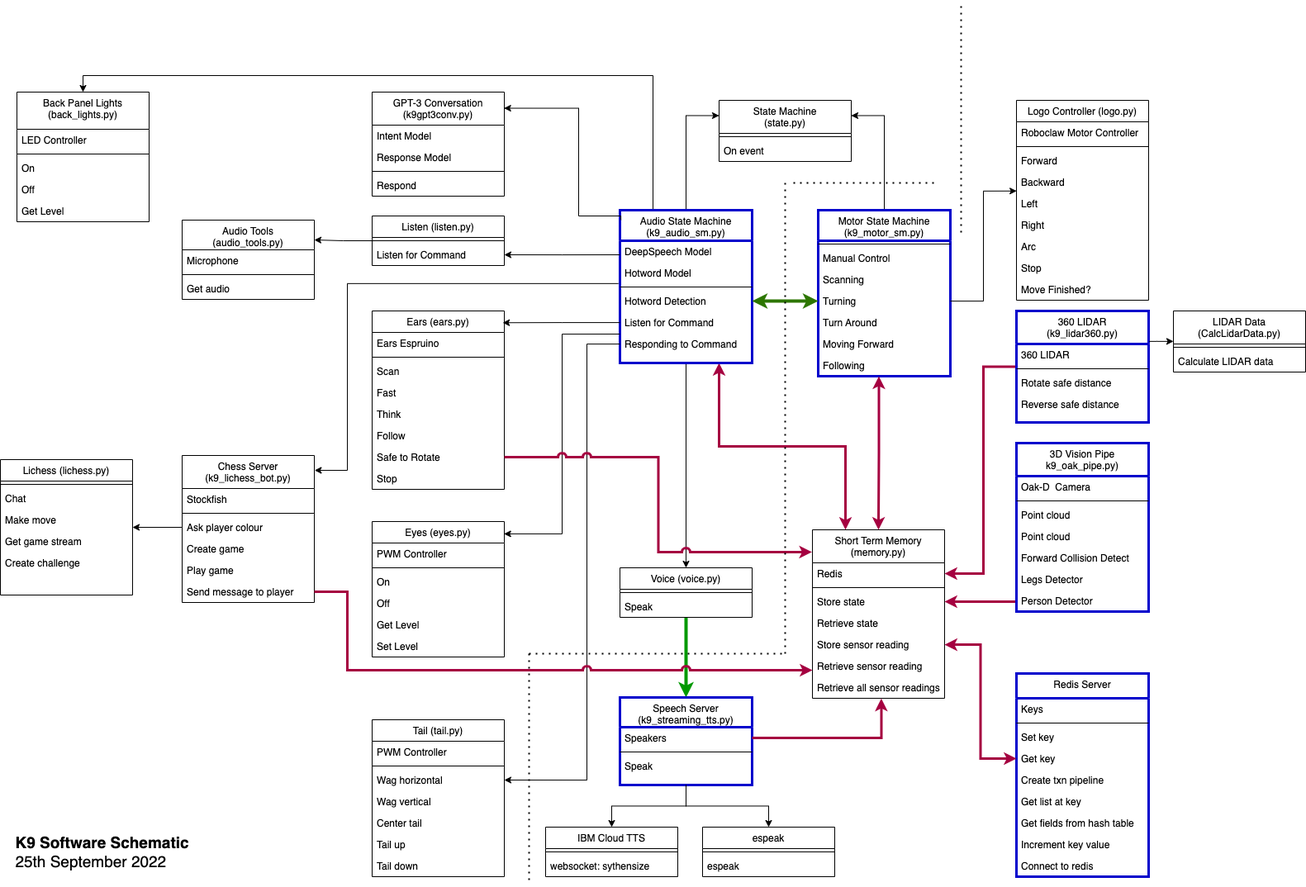
Before: K9 class diagram.drawio.png, a diagram exported from draw.io (hopkira/k9). Source tidied: cells renumbered, new cells last; positions are measured from the earlier drawing's top-left corner, leaving out a move shared by most shapes.
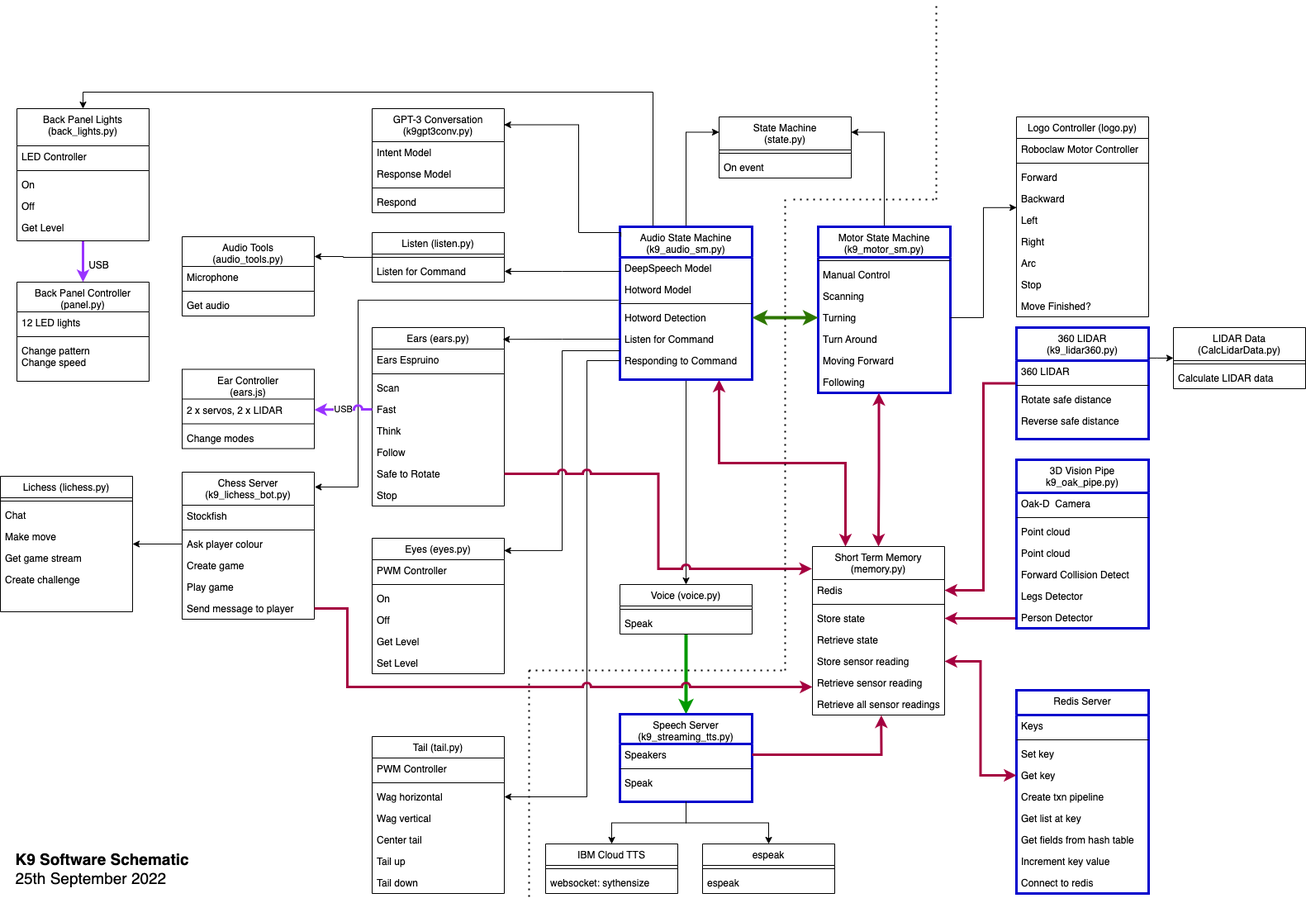
After the commit.

Change to the diagram source:
```diff
@@ -282,8 +282,11 @@
     <mxCell id="91" value="On event" style="text;align=left;verticalAlign=top;spacingLeft=4;spacingRight=4;overflow=hidden;" parent="89" vertex="1">
       <mxGeometry y="48" width="160" height="26" as="geometry" />
     </mxCell>
+    <mxCell id="164" style="edgeStyle=orthogonalEdgeStyle;rounded=0;jettySize=auto;html=1;entryX=0.5;entryY=0;entryDx=0;entryDy=0;strokeWidth=3;strokeColor=#9933FF;" parent="1" edge="1" source="92" target="165">
+      <mxGeometry relative="1" as="geometry" />
+    </mxCell>
     <mxCell id="92" value="Back Panel Lights&#10;(back_lights.py)" style="swimlane;fontStyle=0;align=center;verticalAlign=top;horizontal=1;startSize=45;rounded=0;shadow=0;strokeWidth=1;" parent="1" vertex="1">
-      <mxGeometry x="20" y="110" width="160" height="157" as="geometry" />
+      <mxGeometry x="20" y="110" width="160" height="160" as="geometry" />
     </mxCell>
     <mxCell id="93" value="LED Controller" style="text;align=left;verticalAlign=top;spacingLeft=4;spacingRight=4;overflow=hidden;rounded=0;shadow=0;html=0;" parent="92" vertex="1">
       <mxGeometry y="45" width="160" height="26" as="geometry" />
@@ -400,8 +403,8 @@
     <mxCell id="124" style="edgeStyle=orthogonalEdgeStyle;rounded=0;jettySize=auto;html=1;entryX=1.002;entryY=0.101;entryDx=0;entryDy=0;entryPerimeter=0;exitX=-0.012;exitY=0.994;exitDx=0;exitDy=0;exitPerimeter=0;" parent="1" edge="1" source="8" target="65">
       <mxGeometry relative="1" as="geometry">
         <Array as="points">
-          <mxPoint x="420" y="342" />
-          <mxPoint x="420" y="568" />
+          <mxPoint x="433" y="342" />
+          <mxPoint x="433" y="568" />
         </Array>
       </mxGeometry>
     </mxCell>
@@ -522,8 +525,8 @@
     </mxCell>
     <mxCell id="158" style="endArrow=none;dashed=1;html=1;dashPattern=1 3;strokeWidth=2;rounded=0;" parent="1" edge="1">
       <mxGeometry relative="1" as="geometry">
-        <mxPoint x="1163" y="280" as="sourcePoint" />
-        <mxPoint x="1163" as="targetPoint" />
+        <mxPoint x="1133" y="220" as="sourcePoint" />
+        <mxPoint x="1133" y="-20" as="targetPoint" />
       </mxGeometry>
     </mxCell>
     <mxCell id="159" style="endArrow=none;dashed=1;html=1;dashPattern=1 3;strokeWidth=2;rounded=0;" parent="1" edge="1">
@@ -553,5 +556,35 @@
     <mxCell id="163" value="&lt;div style=&quot;text-align: left; font-size: 19px;&quot;&gt;&lt;span style=&quot;background-color: initial;&quot;&gt;&lt;font style=&quot;font-size: 19px;&quot;&gt;&lt;b&gt;K9 Software Schematic&lt;/b&gt;&lt;/font&gt;&lt;/span&gt;&lt;/div&gt;&lt;div style=&quot;text-align: left; font-size: 19px;&quot;&gt;&lt;span style=&quot;background-color: initial;&quot;&gt;&lt;font style=&quot;font-size: 19px;&quot;&gt;25th September 2022&lt;/font&gt;&lt;/span&gt;&lt;/div&gt;" style="text;html=1;align=center;verticalAlign=middle;strokeColor=none;fillColor=none;" parent="1" vertex="1">
       <mxGeometry x="8" y="1000" width="230" height="60" as="geometry" />
     </mxCell>
+    <mxCell id="165" value="Back Panel Controller&#10;(panel.py)" style="swimlane;fontStyle=0;align=center;verticalAlign=top;horizontal=1;startSize=36;rounded=0;shadow=0;strokeWidth=1;" parent="1" vertex="1">
+      <mxGeometry x="20" y="320" width="160" height="120" as="geometry" />
+    </mxCell>
+    <mxCell id="166" value="12 LED lights" style="text;align=left;verticalAlign=top;spacingLeft=4;spacingRight=4;overflow=hidden;rounded=0;shadow=0;html=0;" parent="165" vertex="1">
+      <mxGeometry y="36" width="160" height="26" as="geometry" />
+    </mxCell>
+    <mxCell id="167" style="line;html=1;strokeWidth=1;align=left;verticalAlign=middle;spacingTop=-1;spacingLeft=3;spacingRight=3;labelPosition=right;" parent="165" vertex="1">
+      <mxGeometry y="62" width="160" height="8" as="geometry" />
+    </mxCell>
+    <mxCell id="168" value="Change pattern&#10;Change speed" style="text;align=left;verticalAlign=top;spacingLeft=4;spacingRight=4;overflow=hidden;" parent="165" vertex="1">
+      <mxGeometry y="70" width="160" height="50" as="geometry" />
+    </mxCell>
+    <mxCell id="169" value="USB" style="text;html=1;align=center;verticalAlign=middle;strokeColor=none;fillColor=none;" parent="1" vertex="1">
+      <mxGeometry x="94" y="285" width="50" height="30" as="geometry" />
+    </mxCell>
+    <mxCell id="170" value="Ear Controller&#10;(ears.js)" style="swimlane;fontStyle=0;align=center;verticalAlign=top;horizontal=1;startSize=36;rounded=0;shadow=0;strokeWidth=1;" parent="1" vertex="1">
+      <mxGeometry x="220" y="425.5" width="160" height="96" as="geometry" />
+    </mxCell>
+    <mxCell id="171" value="2 x servos, 2 x LIDAR" style="text;align=left;verticalAlign=top;spacingLeft=4;spacingRight=4;overflow=hidden;points=[[0,0.5],[1,0.5]];portConstraint=eastwest;rounded=0;shadow=0;html=0;" parent="170" vertex="1">
+      <mxGeometry y="36" width="160" height="26" as="geometry" />
+    </mxCell>
+    <mxCell id="172" style="line;html=1;strokeWidth=1;align=left;verticalAlign=middle;spacingTop=-1;spacingLeft=3;spacingRight=3;labelPosition=right;" parent="170" vertex="1">
+      <mxGeometry y="62" width="160" height="8" as="geometry" />
+    </mxCell>
+    <mxCell id="173" value="Change modes" style="text;align=left;verticalAlign=top;spacingLeft=4;spacingRight=4;overflow=hidden;" parent="170" vertex="1">
+      <mxGeometry y="70" width="160" height="26" as="geometry" />
+    </mxCell>
+    <mxCell id="174" value="USB" style="edgeStyle=orthogonalEdgeStyle;rounded=0;jettySize=auto;html=1;entryX=1;entryY=0.5;entryDx=0;entryDy=0;strokeColor=#9933FF;strokeWidth=3;jumpStyle=arc;" parent="1" edge="1" source="40" target="171">
+      <mxGeometry relative="1" as="geometry" />
+    </mxCell>
   </root>
 </mxGraphModel>
```
